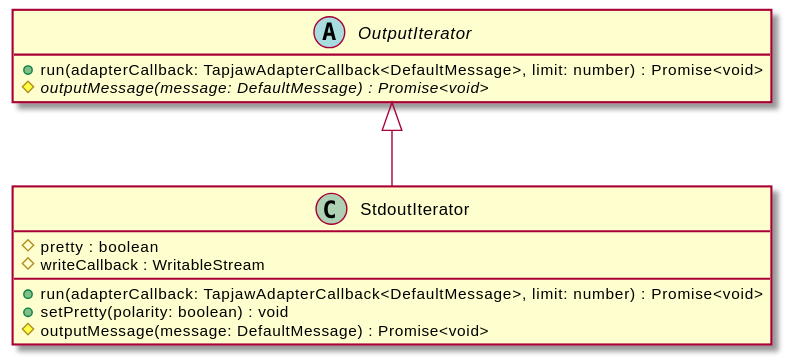
Above: api-docs/assets/StdoutIterator-umlClassDiagram-334.svg in digidip/tapjaw-importer (PlantUML), before the change. Source of this version:
```plantuml
@startuml
skinparam BackgroundColor transparent
hide empty methods
hide empty fields
class "StdoutIterator" {
    #pretty : boolean
    #writeCallback : WritableStream
    +run(adapterCallback: TapjawAdapterCallback<DefaultMessage>, limit: number) : Promise<void>
    +setPretty(polarity: boolean) : void
    #outputMessage(message: DefaultMessage) : Promise<void>
}
abstract class "OutputIterator" {
    +run(adapterCallback: TapjawAdapterCallback<DefaultMessage>, limit: number) : Promise<void>
    {abstract} #outputMessage(message: DefaultMessage) : Promise<void>
}
"OutputIterator" <|-- "StdoutIterator"
@enduml
```
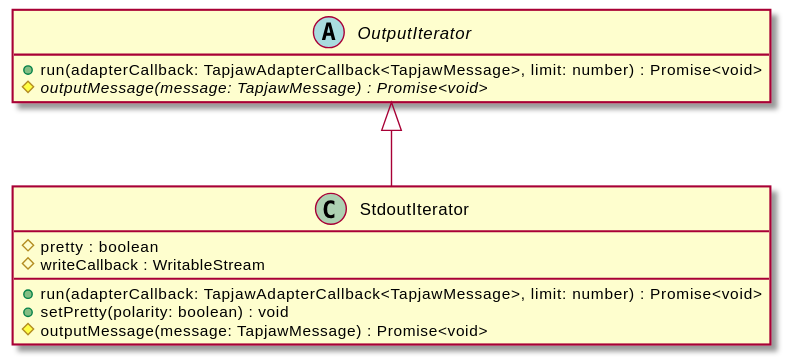
The same diagram one commit later.

What changed in the source:
```diff
@@ -5,13 +5,13 @@
 class "StdoutIterator" {
     #pretty : boolean
     #writeCallback : WritableStream
-    +run(adapterCallback: TapjawAdapterCallback<DefaultMessage>, limit: number) : Promise<void>
+    +run(adapterCallback: TapjawAdapterCallback<TapjawMessage>, limit: number) : Promise<void>
     +setPretty(polarity: boolean) : void
-    #outputMessage(message: DefaultMessage) : Promise<void>
+    #outputMessage(message: TapjawMessage) : Promise<void>
 }
 abstract class "OutputIterator" {
-    +run(adapterCallback: TapjawAdapterCallback<DefaultMessage>, limit: number) : Promise<void>
-    {abstract} #outputMessage(message: DefaultMessage) : Promise<void>
+    +run(adapterCallback: TapjawAdapterCallback<TapjawMessage>, limit: number) : Promise<void>
+    {abstract} #outputMessage(message: TapjawMessage) : Promise<void>
 }
 "OutputIterator" <|-- "StdoutIterator"
 @enduml
```
